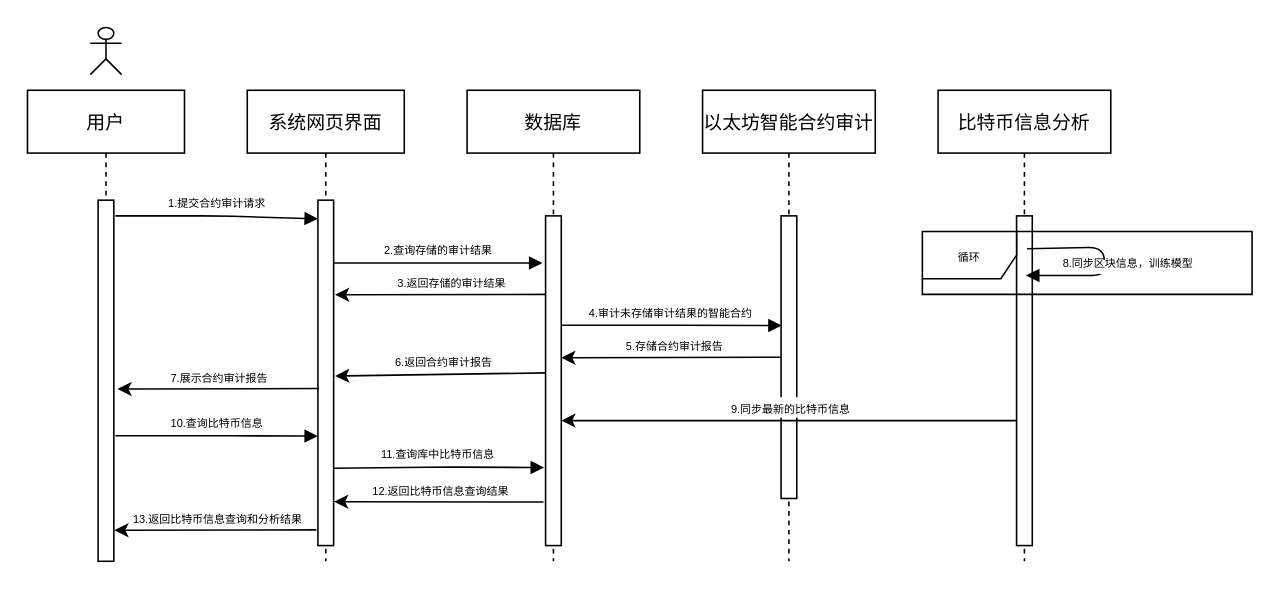
wang2gua/test keeps this draw.io diagram as Infrastruction_sequence.drawio. Above is the earlier version. Source tidied: cells renumbered, new cells numbered last; positions are measured from the earlier drawing's top-left corner, leaving out a move shared by most shapes. Both pictures are drawn from the tidied source at 157%, with x=0, y=0 at pixel (27, 27).
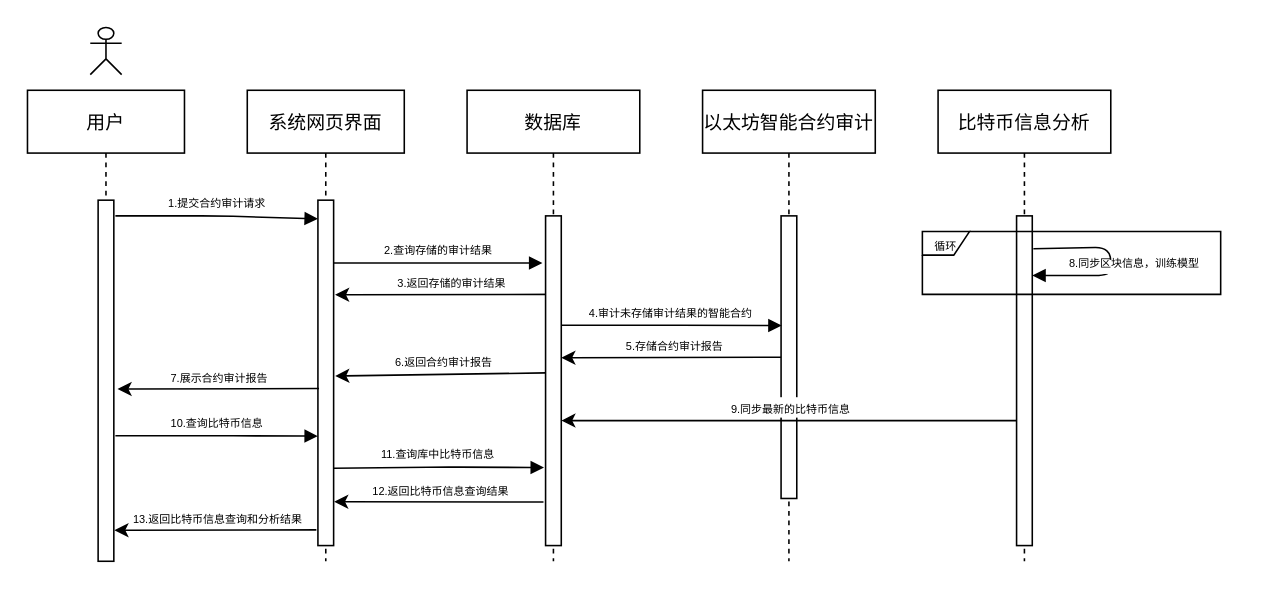
The same page after the edit.

Diff of the diagram source:
```diff
@@
     <mxCell id="8" value="8.同步区块信息，训练模型" style="verticalAlign=bottom;endArrow=block;shadow=0;strokeWidth=1;exitX=1.067;exitY=0.068;exitDx=0;exitDy=0;exitPerimeter=0;fontSize=7;" parent="1" edge="1">
       <mxGeometry x="0.15" y="-15" relative="1" as="geometry">
-        <mxPoint x="636.7" y="140.9" as="sourcePoint" />
-        <mxPoint x="636" y="158" as="targetPoint" />
+        <mxPoint x="640.7" y="140.9" as="sourcePoint" />
+        <mxPoint x="640" y="158" as="targetPoint" />
         <Array as="points">
-          <mxPoint x="686" y="140" />
-          <mxPoint x="686" y="158" />
+          <mxPoint x="690" y="140" />
+          <mxPoint x="690" y="158" />
         </Array>
         <mxPoint x="15" y="15" as="offset" />
       </mxGeometry>
     </mxCell>
@@
-    <mxCell id="33" value="&lt;font style=&quot;font-size: 7px&quot;&gt;循环&lt;/font&gt;" style="shape=umlFrame;whiteSpace=wrap;html=1;" parent="1" vertex="1">
-      <mxGeometry x="570" y="130" width="210" height="40" as="geometry" />
+    <mxCell id="33" value="&lt;font style=&quot;font-size: 7px&quot;&gt;循环&lt;/font&gt;" style="shape=umlFrame;whiteSpace=wrap;html=1;width=30;height=15;" parent="1" vertex="1">
+      <mxGeometry x="570" y="130" width="190" height="40" as="geometry" />
     </mxCell>
```
